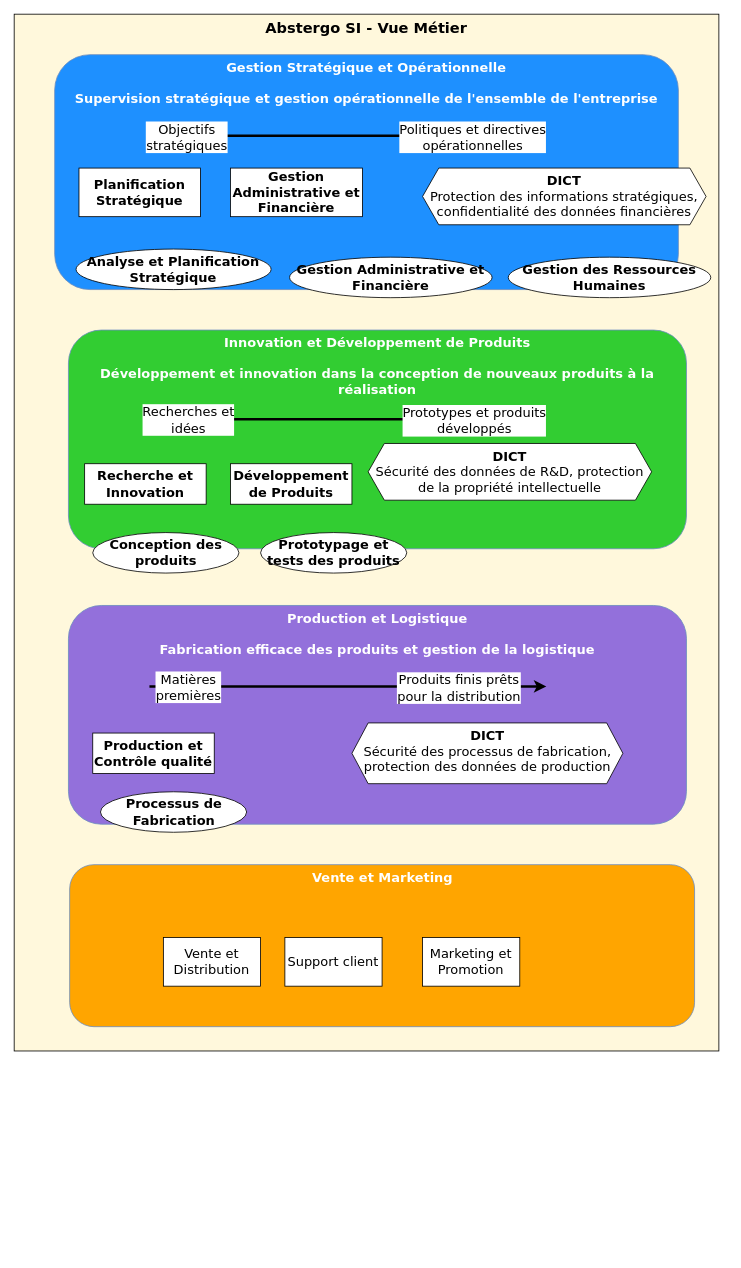
Before: Vue_Métier_v2.drawio in CharifMah/AbstergoAnimus, a draw.io diagram. Source tidied: cells renumbered, new cells numbered last; positions are measured from the earlier drawing's top-left corner, leaving out a move shared by most shapes. Both pictures are drawn from the tidied source at 81%, with x=0, y=0 at pixel (14, 14).
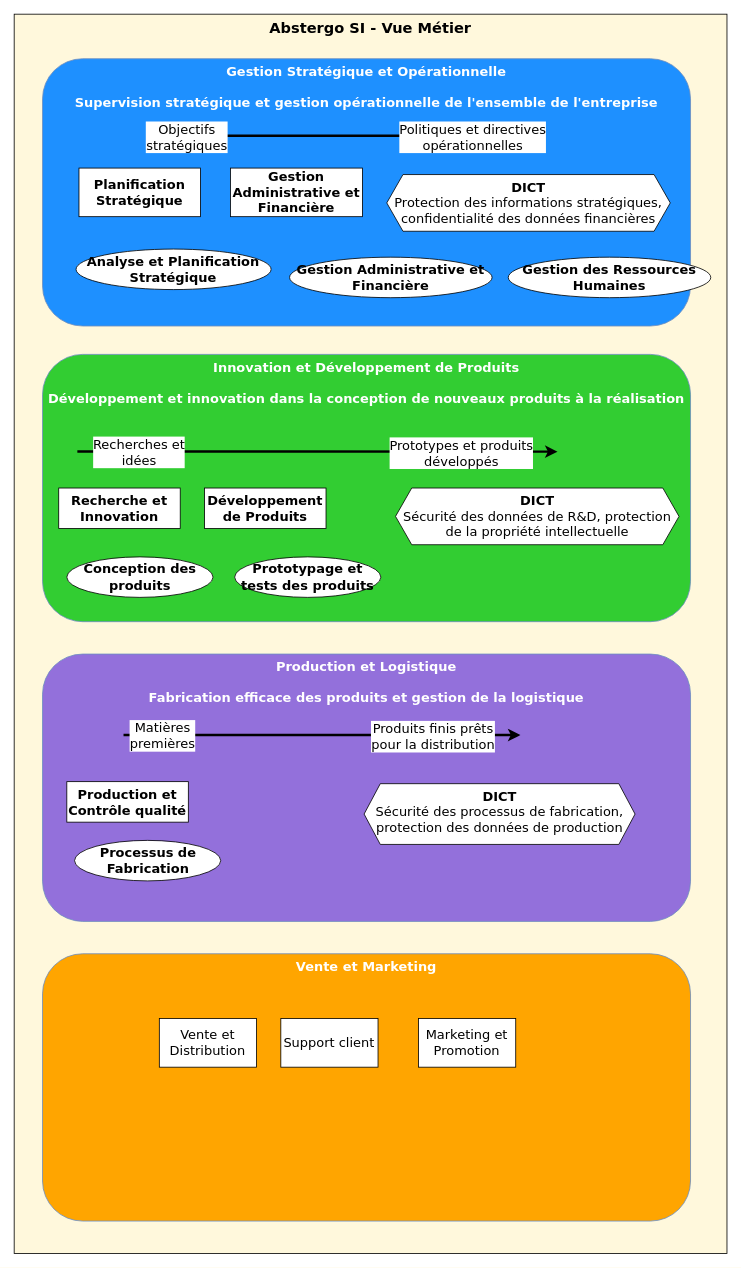
Above is the later version.

Commit message (it also covers changes not shown here):
Mettre à jour Vue_Métier_v2.drawio

Change to the diagram source:
```diff
@@
     <mxCell id="2" value="&lt;font size=&quot;1&quot;&gt;&lt;b style=&quot;font-size: 18px;&quot;&gt;Abstergo SI - Vue Métier&lt;/b&gt;&lt;/font&gt;" style="rounded=0;whiteSpace=wrap;html=1;verticalAlign=top;fillColor=#FFF8DC;fontFamily=Verdana;" parent="1" vertex="1">
-      <mxGeometry width="870" height="1280" as="geometry" />
+      <mxGeometry width="880" height="1530" as="geometry" />
     </mxCell>
     <mxCell id="3" value="&lt;font style=&quot;font-size: 16px;&quot;&gt;Gestion Stratégique et Opérationnelle&lt;br style=&quot;font-size: 16px;&quot;&gt;&lt;br style=&quot;font-size: 16px;&quot;&gt;&lt;/font&gt;&lt;font style=&quot;font-size: 16px;&quot;&gt;Supervision stratégique et gestion opérationnelle de l'ensemble de l'entreprise&lt;font style=&quot;font-size: 16px;&quot;&gt;&lt;font style=&quot;font-size: 16px;&quot;&gt;&lt;br style=&quot;font-size: 16px;&quot;&gt;&lt;/font&gt;&lt;/font&gt;&lt;/font&gt;" style="rounded=1;whiteSpace=wrap;html=1;fillColor=#1E90FF;strokeColor=#6c8ebf;fontStyle=1;fontColor=#FFFFFF;verticalAlign=top;fontFamily=Verdana;fontSize=16;" parent="1" vertex="1">
-      <mxGeometry x="50" y="50" width="770" height="290" as="geometry" />
+      <mxGeometry x="35" y="55" width="800" height="330" as="geometry" />
     </mxCell>
     <mxCell id="4" value="&lt;font style=&quot;font-size: 16px;&quot;&gt;Innovation et Développement de Produits&lt;br style=&quot;font-size: 16px;&quot;&gt;&lt;br style=&quot;font-size: 16px;&quot;&gt;&lt;/font&gt;&lt;font style=&quot;font-size: 16px;&quot;&gt;Développement et &lt;font style=&quot;font-size: 16px;&quot;&gt;innovation &lt;/font&gt;&lt;font style=&quot;font-size: 16px;&quot;&gt;dans la conception de nouveaux produits à la réalisation&lt;/font&gt;&lt;font style=&quot;font-size: 16px;&quot;&gt;&lt;font style=&quot;font-size: 16px;&quot;&gt;&lt;br style=&quot;font-size: 16px;&quot;&gt;&lt;/font&gt;&lt;/font&gt;&lt;/font&gt;" style="rounded=1;whiteSpace=wrap;html=1;fillColor=#32CD32;strokeColor=#6c8ebf;fontStyle=1;fontColor=#FFFFFF;verticalAlign=top;fontFamily=Verdana;fontSize=16;" parent="1" vertex="1">
-      <mxGeometry x="67" y="390" width="763" height="270" as="geometry" />
+      <mxGeometry x="35" y="420" width="800" height="330" as="geometry" />
     </mxCell>
     <mxCell id="5" value="&lt;font style=&quot;font-size: 16px;&quot;&gt;Production et Logistique&lt;br style=&quot;font-size: 16px;&quot;&gt;&lt;br style=&quot;font-size: 16px;&quot;&gt;&lt;/font&gt;&lt;font style=&quot;font-size: 16px;&quot;&gt;Fabrication efficace des produits et gestion de la logistique&lt;font style=&quot;font-size: 16px;&quot;&gt;&lt;font style=&quot;font-size: 16px;&quot;&gt;&lt;br style=&quot;font-size: 16px;&quot;&gt;&lt;/font&gt;&lt;/font&gt;&lt;/font&gt;" style="rounded=1;whiteSpace=wrap;html=1;fillColor=#9370DB;strokeColor=#6c8ebf;fontStyle=1;fontColor=#FFFFFF;verticalAlign=top;fontFamily=Verdana;fontSize=16;" parent="1" vertex="1">
-      <mxGeometry x="67" y="730" width="763" height="270" as="geometry" />
+      <mxGeometry x="35" y="790" width="800" height="330" as="geometry" />
     </mxCell>
     <mxCell id="6" value="&lt;font style=&quot;font-size: 16px;&quot;&gt;Vente et Marketing&lt;/font&gt;" style="rounded=1;whiteSpace=wrap;html=1;fillColor=#FFA500;strokeColor=#6c8ebf;fontStyle=1;fontColor=#FFFFFF;verticalAlign=top;fontFamily=Verdana;fontSize=16;" parent="1" vertex="1">
-      <mxGeometry x="68.5" y="1050" width="771.5" height="200" as="geometry" />
+      <mxGeometry x="35" y="1160" width="800" height="330" as="geometry" />
     </mxCell>
@@
     <mxCell id="9" value="Recherche et Innovation" style="rounded=0;whiteSpace=wrap;html=1;fontSize=16;fontStyle=1;fontFamily=Verdana;" parent="1" vertex="1">
-      <mxGeometry x="87" y="555" width="150" height="50" as="geometry" />
+      <mxGeometry x="55" y="585" width="150" height="50" as="geometry" />
     </mxCell>
     <mxCell id="10" value="Développement de Produits" style="rounded=0;whiteSpace=wrap;html=1;fontSize=16;fontStyle=1;fontFamily=Verdana;" parent="1" vertex="1">
-      <mxGeometry x="267" y="555" width="150" height="50" as="geometry" />
+      <mxGeometry x="235" y="585" width="150" height="50" as="geometry" />
     </mxCell>
     <mxCell id="11" value="&lt;font style=&quot;font-size: 16px;&quot;&gt;&lt;b style=&quot;font-size: 16px;&quot;&gt;Production et Contrôle qualité&lt;/b&gt;&lt;/font&gt;" style="rounded=0;whiteSpace=wrap;html=1;fontFamily=Verdana;fontSize=16;" parent="1" vertex="1">
-      <mxGeometry x="97" y="887.5" width="150" height="50" as="geometry" />
+      <mxGeometry x="65" y="947.5" width="150" height="50" as="geometry" />
     </mxCell>
     <mxCell id="12" value="Vente et Distribution" style="rounded=0;whiteSpace=wrap;html=1;fontFamily=Verdana;fontSize=16;" parent="1" vertex="1">
-      <mxGeometry x="184.2" y="1140" width="120" height="60" as="geometry" />
+      <mxGeometry x="179.2" y="1240" width="120" height="60" as="geometry" />
     </mxCell>
     <mxCell id="13" value="Marketing et Promotion" style="rounded=0;whiteSpace=wrap;html=1;fontFamily=Verdana;fontSize=16;" parent="1" vertex="1">
-      <mxGeometry x="504.2" y="1140" width="120" height="60" as="geometry" />
+      <mxGeometry x="499.2" y="1240" width="120" height="60" as="geometry" />
     </mxCell>
     <mxCell id="14" value="Support client" style="rounded=0;whiteSpace=wrap;html=1;fontFamily=Verdana;fontSize=16;" parent="1" vertex="1">
-      <mxGeometry x="334.2" y="1140" width="120" height="60" as="geometry" />
+      <mxGeometry x="329.2" y="1240" width="120" height="60" as="geometry" />
     </mxCell>
@@
     <mxCell id="18" value="&lt;b&gt;&lt;font style=&quot;font-size: 16px;&quot;&gt;&lt;span style=&quot;font-size: 16px;&quot;&gt;Conception des produits&lt;/span&gt;&lt;/font&gt;&lt;/b&gt;" style="ellipse;whiteSpace=wrap;html=1;fontFamily=Verdana;fontSize=16;" parent="1" vertex="1">
-      <mxGeometry x="97" y="640" width="180.5" height="50" as="geometry" />
+      <mxGeometry x="65" y="670" width="180.5" height="50" as="geometry" />
     </mxCell>
     <mxCell id="19" value="&lt;b&gt;&lt;font style=&quot;font-size: 16px;&quot;&gt;&lt;span style=&quot;font-size: 16px;&quot;&gt;Prototypage et tests des produits&lt;/span&gt;&lt;/font&gt;&lt;/b&gt;" style="ellipse;whiteSpace=wrap;html=1;fontFamily=Verdana;fontSize=16;" parent="1" vertex="1">
-      <mxGeometry x="304.2" y="640" width="180.5" height="50" as="geometry" />
+      <mxGeometry x="272.2" y="670" width="180.5" height="50" as="geometry" />
     </mxCell>
     <mxCell id="20" value="&lt;font style=&quot;font-size: 16px;&quot;&gt;&lt;b style=&quot;font-size: 16px;&quot;&gt;Processus de Fabrication&lt;/b&gt;&lt;/font&gt;" style="ellipse;whiteSpace=wrap;html=1;fontFamily=Verdana;fontSize=16;" parent="1" vertex="1">
-      <mxGeometry x="106.5" y="960" width="180.5" height="50" as="geometry" />
+      <mxGeometry x="74.5" y="1020" width="180.5" height="50" as="geometry" />
     </mxCell>
@@
     <mxCell id="24" value="&lt;font style=&quot;font-size: 16px;&quot;&gt;&lt;b style=&quot;font-size: 16px;&quot;&gt;DICT&lt;br style=&quot;font-size: 16px;&quot;&gt;&lt;/b&gt;Protection des informations stratégiques, confidentialité des données financières&lt;/font&gt;" style="shape=hexagon;perimeter=hexagonPerimeter2;whiteSpace=wrap;html=1;fixedSize=1;verticalAlign=top;fontFamily=Verdana;fontSize=16;" parent="1" vertex="1">
-      <mxGeometry x="504.2" y="190" width="350" height="70" as="geometry" />
+      <mxGeometry x="460" y="198" width="350" height="70" as="geometry" />
     </mxCell>
     <mxCell id="25" value="&lt;font style=&quot;font-size: 16px;&quot;&gt;&lt;b style=&quot;font-size: 16px;&quot;&gt;DICT&lt;br style=&quot;font-size: 16px;&quot;&gt;&lt;/b&gt;Sécurité des données de R&amp;amp;D, protection &lt;br style=&quot;font-size: 16px;&quot;&gt;de la propriété intellectuelle&lt;br style=&quot;font-size: 16px;&quot;&gt;&lt;/font&gt;" style="shape=hexagon;perimeter=hexagonPerimeter2;whiteSpace=wrap;html=1;fixedSize=1;verticalAlign=top;fontFamily=Verdana;fontSize=16;" parent="1" vertex="1">
-      <mxGeometry x="437" y="530" width="350" height="70" as="geometry" />
+      <mxGeometry x="470.8" y="585" width="350" height="70" as="geometry" />
     </mxCell>
-    <mxCell id="26" style="endArrow=classic;html=1;rounded=0;exitX=0.5;exitY=1;exitDx=0;exitDy=0;fontSize=16;strokeWidth=3;fontFamily=Verdana;" parent="1" edge="1">
-      <mxGeometry relative="1" as="geometry">
-        <mxPoint x="167" y="500" as="sourcePoint" />
-        <mxPoint x="657" y="500" as="targetPoint" />
-        <Array as="points">
-          <mxPoint x="387" y="500" />
-        </Array>
-      </mxGeometry>
-    </mxCell>
-    <mxCell id="27" value="Prototypes et produits&lt;br style=&quot;font-size: 16px;&quot;&gt;développés" style="edgeLabel;html=1;align=center;verticalAlign=middle;fontFamily=Verdana;fontSize=16;" parent="26" vertex="1">
-      <mxGeometry x="0.5" y="-1" relative="1" as="geometry">
-        <mxPoint x="32" as="offset" />
-      </mxGeometry>
-    </mxCell>
-    <mxCell id="28" value="Recherches et&lt;br style=&quot;font-size: 16px;&quot;&gt;idées" style="edgeLabel;html=1;align=center;verticalAlign=middle;fontFamily=Verdana;fontSize=16;" parent="26" vertex="1">
-      <mxGeometry x="-0.89" relative="1" as="geometry">
-        <mxPoint x="20" as="offset" />
-      </mxGeometry>
-    </mxCell>
     <mxCell id="29" style="endArrow=classic;html=1;rounded=0;exitX=0.5;exitY=1;exitDx=0;exitDy=0;fontSize=16;strokeWidth=3;fontFamily=Verdana;" parent="1" edge="1">
       <mxGeometry relative="1" as="geometry">
-        <mxPoint x="167" y="830" as="sourcePoint" />
-        <mxPoint x="657" y="830" as="targetPoint" />
+        <mxPoint x="135" y="890" as="sourcePoint" />
+        <mxPoint x="625" y="890" as="targetPoint" />
         <Array as="points">
-          <mxPoint x="387" y="830" />
+          <mxPoint x="355" y="890" />
         </Array>
       </mxGeometry>
     </mxCell>
@@
     <mxCell id="32" value="&lt;font style=&quot;font-size: 16px;&quot;&gt;&lt;b style=&quot;font-size: 16px;&quot;&gt;DICT&lt;br style=&quot;font-size: 16px;&quot;&gt;&lt;/b&gt;Sécurité des processus de fabrication, &lt;br&gt;protection des données de production&lt;br style=&quot;font-size: 16px;&quot;&gt;&lt;/font&gt;" style="shape=hexagon;perimeter=hexagonPerimeter2;whiteSpace=wrap;html=1;fixedSize=1;verticalAlign=top;fontFamily=Verdana;fontSize=16;" parent="1" vertex="1">
-      <mxGeometry x="417" y="875" width="334.5" height="75" as="geometry" />
+      <mxGeometry x="432" y="950" width="334.5" height="75" as="geometry" />
     </mxCell>
+    <mxCell id="26" style="endArrow=classic;html=1;rounded=0;exitX=0.5;exitY=1;exitDx=0;exitDy=0;fontSize=16;strokeWidth=3;fontFamily=Verdana;entryX=0.908;entryY=0.344;entryDx=0;entryDy=0;entryPerimeter=0;" parent="1" edge="1">
+      <mxGeometry relative="1" as="geometry">
+        <mxPoint x="78" y="540" as="sourcePoint" />
+        <mxPoint x="670.8" y="540.1" as="targetPoint" />
+        <Array as="points">
+          <mxPoint x="341" y="540" />
+        </Array>
+      </mxGeometry>
+    </mxCell>
+    <mxCell id="27" value="Prototypes et produits&lt;br style=&quot;font-size: 16px;&quot;&gt;développés" style="edgeLabel;html=1;align=center;verticalAlign=middle;fontFamily=Verdana;fontSize=16;" parent="26" vertex="1">
+      <mxGeometry x="0.5" y="-1" relative="1" as="geometry">
+        <mxPoint x="29" as="offset" />
+      </mxGeometry>
+    </mxCell>
+    <mxCell id="28" value="Recherches et&lt;br style=&quot;font-size: 16px;&quot;&gt;idées" style="edgeLabel;html=1;align=center;verticalAlign=middle;fontFamily=Verdana;fontSize=16;" parent="26" vertex="1">
+      <mxGeometry x="-0.89" relative="1" as="geometry">
+        <mxPoint x="42" as="offset" />
+      </mxGeometry>
+    </mxCell>
```
